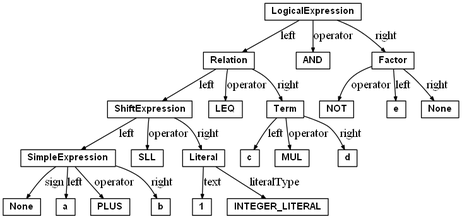
chrreisinger/OpenVC keeps this Graphviz diagram as document/Masterarbeit/images/LogicalExpression.png. Above is the earlier version. Its source is kept beside it as document/Masterarbeit/src/LogicalExpression.dot. The source it was exported from:
```dot
digraph {
	ordering=out;
	ranksep=.3;
	node [shape=box, fixedsize=false, fontsize=11, fontname="Helvetica-bold", width=.25, height=.25];
	edge [arrowsize=.5, color="black"]

	LogicalExpression;
	Relation;
	AND;
	Factor;
	ShiftExpression;
	LEQ;
	Term;
	NOT;
	e;
	None;
	SimpleExpression;
	SLL;
	Literal;
	c;
	MUL;
	d;
	sign [label="None"]
	a;
	PLUS;
	b;
	text [label="1"]
	INTEGER_LITERAL;

	LogicalExpression -> Relation [label="left"]
	LogicalExpression -> AND [label="operator"]
	LogicalExpression -> Factor [label="right"]
	Relation -> ShiftExpression [label="left"]
	Relation -> LEQ [label="operator"]
	Relation -> Term [label="right"]
	Factor -> NOT [label="operator"]
	Factor -> e [label="left"]
	Factor -> None [label="right"]
	ShiftExpression -> SimpleExpression [label="left"]
	ShiftExpression -> SLL [label="operator"]
	ShiftExpression -> Literal [label="right"]
	Term-> c [label="left"]
	Term-> MUL [label="operator"]
	Term-> d [label="right"]
	SimpleExpression -> sign [label="sign"]
	SimpleExpression -> a [label="left"]
	SimpleExpression -> PLUS [label="operator"]
	SimpleExpression -> b [label="right"]
	Literal -> text [label="text"]
	Literal -> INTEGER_LITERAL [label="literalType"]

}
```
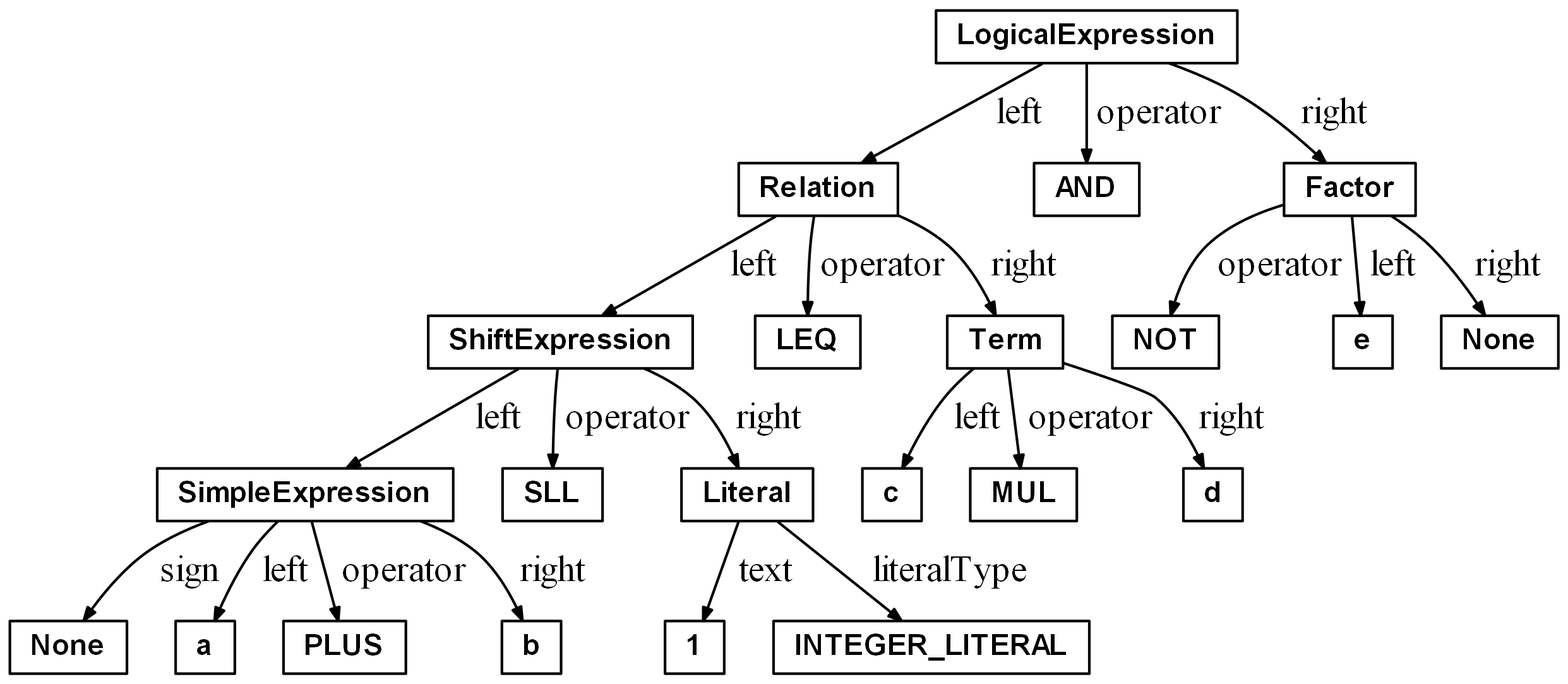
The same file after the commit.

Diff of the diagram source:
```diff
@@ -1,4 +1,5 @@
 digraph {
+	graph [ dpi = 300 ];
 	ordering=out;
 	ranksep=.3;
 	node [shape=box, fixedsize=false, fontsize=11, fontname="Helvetica-bold", width=.25, height=.25];
@@ -27,26 +28,26 @@
 	text [label="1"]
 	INTEGER_LITERAL;
 
-	LogicalExpression -> Relation [label="left"]
-	LogicalExpression -> AND [label="operator"]
-	LogicalExpression -> Factor [label="right"]
-	Relation -> ShiftExpression [label="left"]
-	Relation -> LEQ [label="operator"]
-	Relation -> Term [label="right"]
-	Factor -> NOT [label="operator"]
-	Factor -> e [label="left"]
-	Factor -> None [label="right"]
-	ShiftExpression -> SimpleExpression [label="left"]
-	ShiftExpression -> SLL [label="operator"]
-	ShiftExpression -> Literal [label="right"]
-	Term-> c [label="left"]
-	Term-> MUL [label="operator"]
-	Term-> d [label="right"]
-	SimpleExpression -> sign [label="sign"]
-	SimpleExpression -> a [label="left"]
-	SimpleExpression -> PLUS [label="operator"]
-	SimpleExpression -> b [label="right"]
-	Literal -> text [label="text"]
-	Literal -> INTEGER_LITERAL [label="literalType"]
+	LogicalExpression -> Relation [label=" left"]
+	LogicalExpression -> AND [label=" operator"]
+	LogicalExpression -> Factor [label=" right"]
+	Relation -> ShiftExpression [label=" left"]
+	Relation -> LEQ [label=" operator"]
+	Relation -> Term [label=" right"]
+	Factor -> NOT [label=" operator"]
+	Factor -> e [label=" left"]
+	Factor -> None [label=" right"]
+	ShiftExpression -> SimpleExpression [label=" left"]
+	ShiftExpression -> SLL [label=" operator"]
+	ShiftExpression -> Literal [label=" right"]
+	Term-> c [label=" left"]
+	Term-> MUL [label=" operator"]
+	Term-> d [label=" right"]
+	SimpleExpression -> sign [label=" sign"]
+	SimpleExpression -> a [label=" left"]
+	SimpleExpression -> PLUS [label=" operator"]
+	SimpleExpression -> b [label=" right"]
+	Literal -> text [label=" text"]
+	Literal -> INTEGER_LITERAL [label=" literalType"]
 
 }
```
